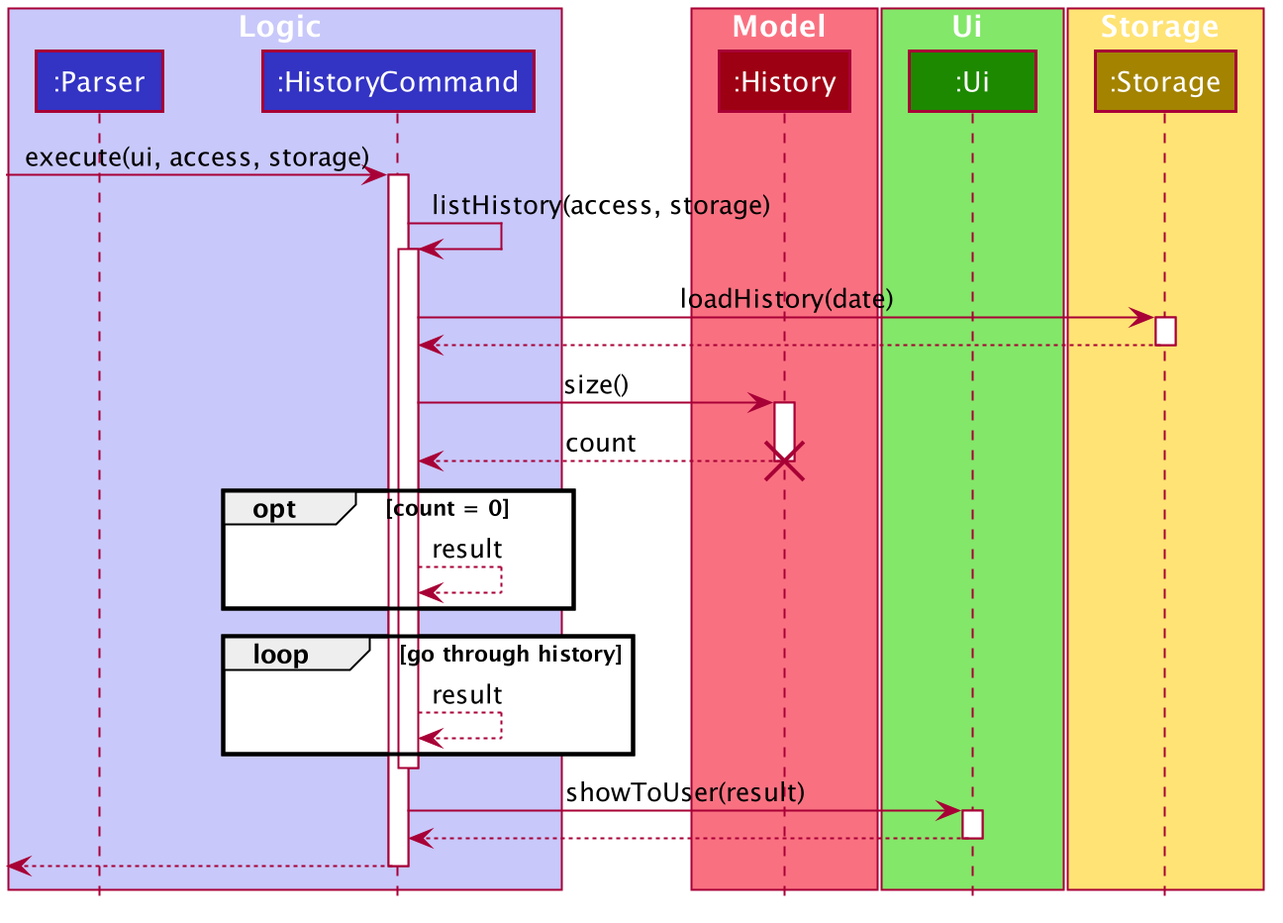
Above: docs/UML/listhistory_seq_diagram.png in nus-cs2113-AY2021S1/tp (PlantUML), before the change.
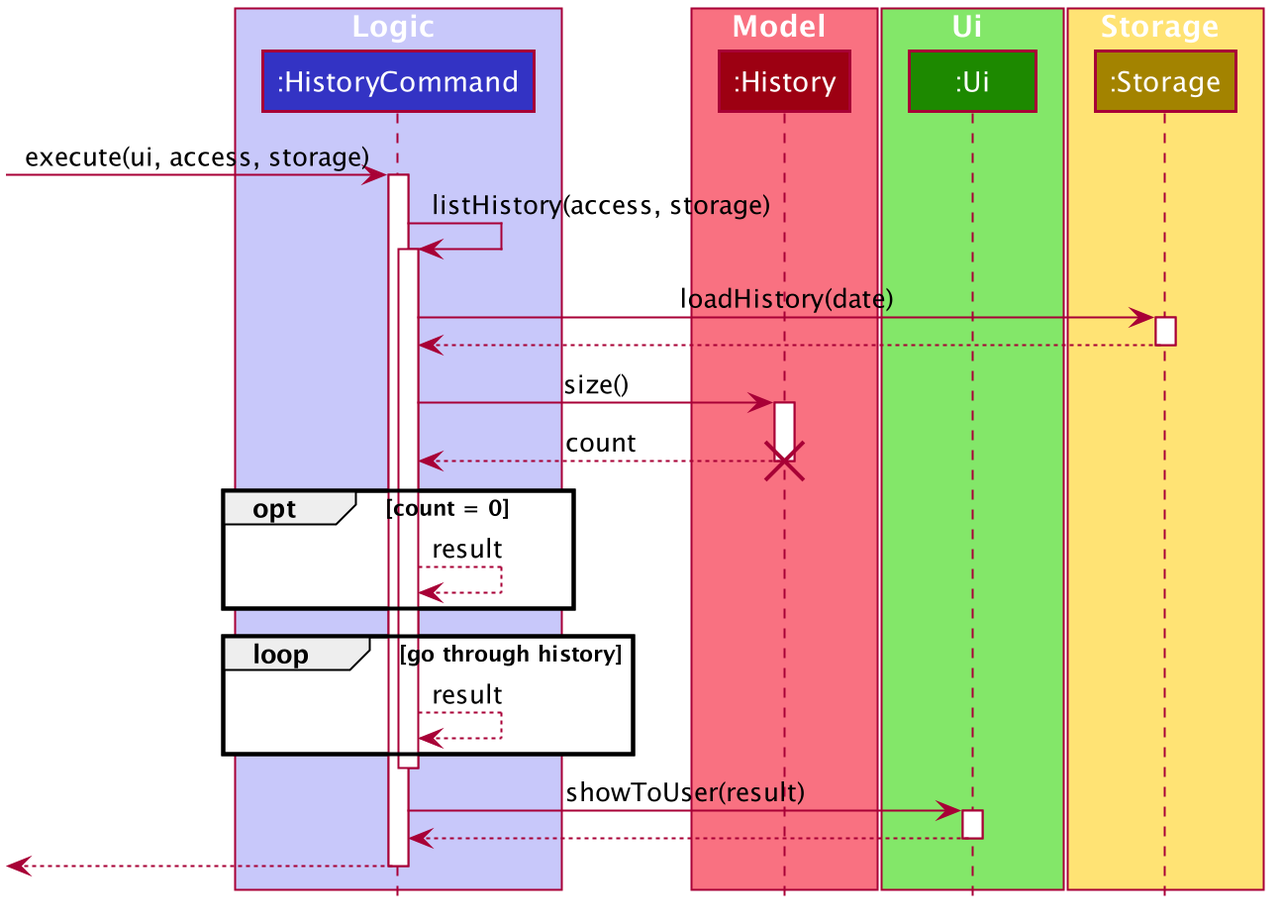
After the commit.

Diff of the diagram source:
```diff
@@ -43,13 +43,14 @@
 skinparam Shadowing false
 skinparam DefaultTextAlignment center
 skinparam packageStyle Rectangle
+skinparam classAttributeIconSize 0
+skinparam classAttributeFontColor white
 
 hide footbox
 hide members
 hide circle
 
 box Logic #C8C8FA
-participant ":Parser" as Parser #3333C4
 participant ":HistoryCommand" as HistoryCommand #3333C4
 end box
 
```
